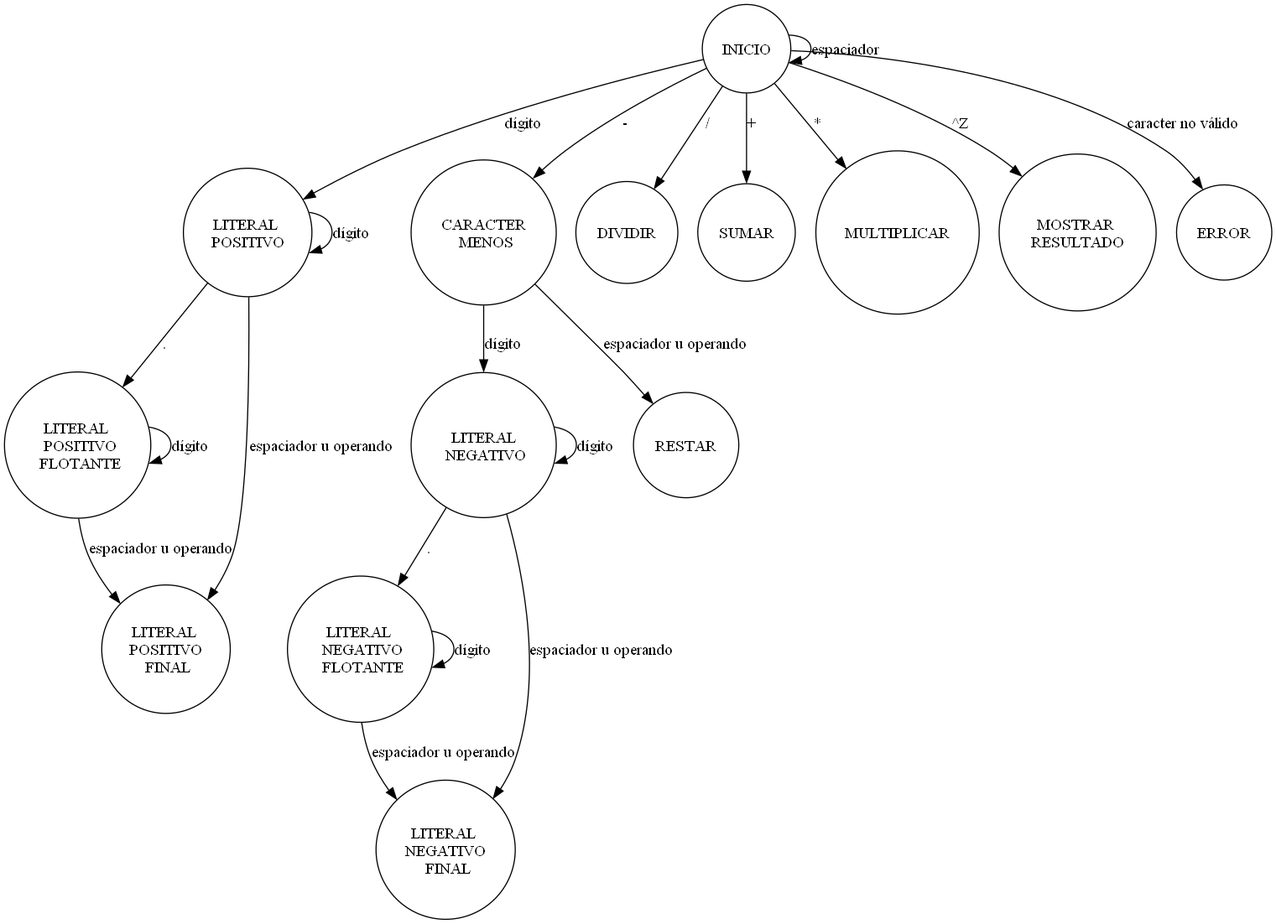
This is 25-CalculadoraPolaca/Scanner.png from IAristia/SSL, a Graphviz export, as it was before one commit. Its source is kept beside it as 25-CalculadoraPolaca/scanner.gv.
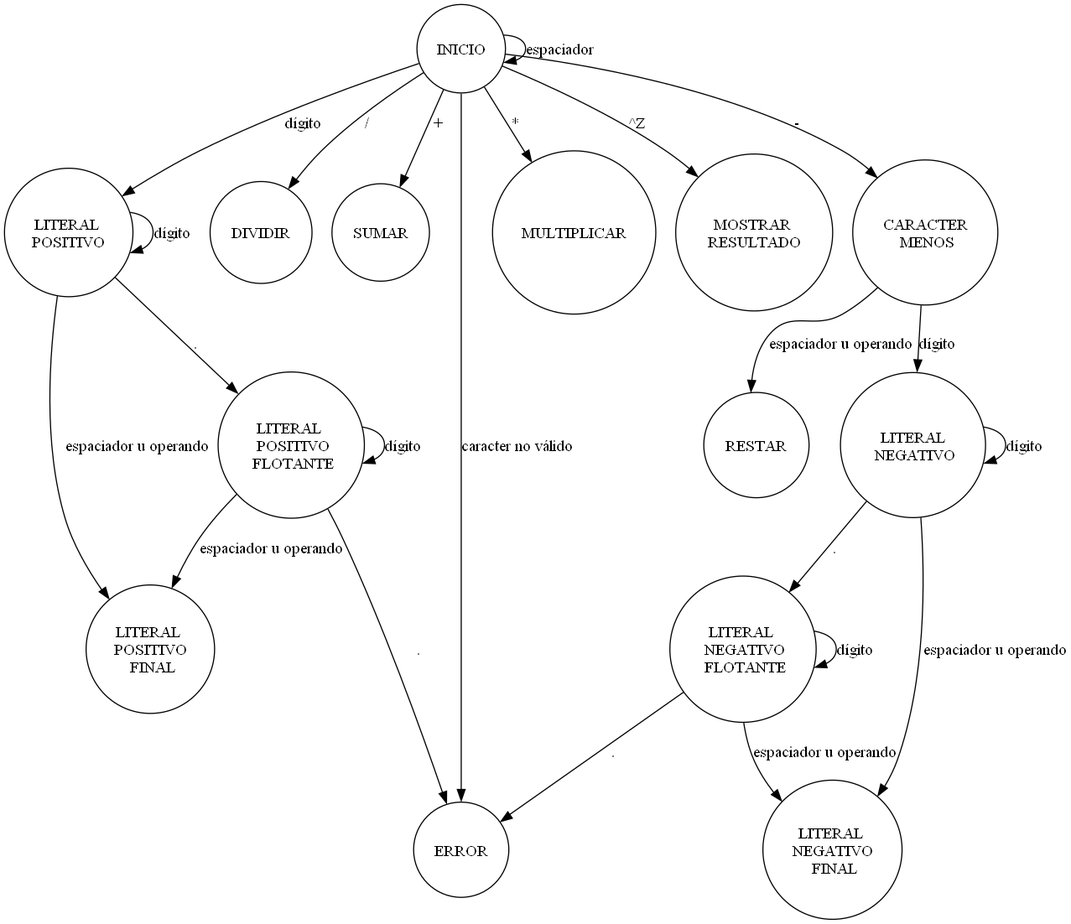
Later version of the same file.

Commit message:
Fix máquina de estado

The edit, as a diff of the source:
```diff
@@ -8,16 +8,17 @@
     LITERAL_POSITIVO [label = "LITERAL \nPOSITIVO"];
     LITERAL_POSITIVO_FLOTANTE [label = "LITERAL \n POSITIVO\n FLOTANTE"];
     LITERAL_POSITIVO_FINAL [label = "LITERAL \nPOSITIVO\n FINAL"];
+    DIVIDIR [label = "DIVIDIR"];
+    SUMAR [label = "SUMAR"];
     CARACTER_MENOS [label = "CARACTER\n MENOS"];
+    RESTAR [label = "RESTAR"];
     LITERAL_NEGATIVO [label = "LITERAL\n NEGATIVO"];
     LITERAL_NEGATIVO_FLOTANTE [label = "LITERAL \n NEGATIVO\n FLOTANTE"];
     LITERAL_NEGATIVO_FINAL [label = "LITERAL \nNEGATIVO\n FINAL"];
-    RESTAR [label = "RESTAR"];
-    DIVIDIR [label = "DIVIDIR"];
-    SUMAR [label = "SUMAR"];
     MULTIPLICAR [label = "MULTIPLICAR"];
     RESULTADO [label = "MOSTRAR \nRESULTADO"];
     ERROR [label = "ERROR"];
+
 
     INICIO -> INICIO [label = "espaciador"];
     INICIO -> LITERAL_POSITIVO [label = "dígito"];
@@ -25,6 +26,7 @@
     LITERAL_POSITIVO -> LITERAL_POSITIVO_FLOTANTE [label = "."];
     LITERAL_POSITIVO_FLOTANTE -> LITERAL_POSITIVO_FLOTANTE [label = "dígito"];
     LITERAL_POSITIVO_FLOTANTE -> LITERAL_POSITIVO_FINAL [label = "espaciador u operando"];
+    LITERAL_POSITIVO_FLOTANTE -> ERROR [label ="."];
     LITERAL_POSITIVO -> LITERAL_POSITIVO_FINAL [label = "espaciador u operando"];
 
     INICIO -> CARACTER_MENOS [label ="-"];
@@ -34,6 +36,7 @@
     LITERAL_NEGATIVO -> LITERAL_NEGATIVO_FINAL [label ="espaciador u operando"];
     LITERAL_NEGATIVO -> LITERAL_NEGATIVO_FLOTANTE [label ="."];
     LITERAL_NEGATIVO_FLOTANTE -> LITERAL_NEGATIVO_FLOTANTE [label ="dígito"];
+    LITERAL_NEGATIVO_FLOTANTE -> ERROR [label ="."];
     LITERAL_NEGATIVO_FLOTANTE -> LITERAL_NEGATIVO_FINAL[label = "espaciador u operando"];
 
     INICIO -> DIVIDIR[label = "/"]
```
